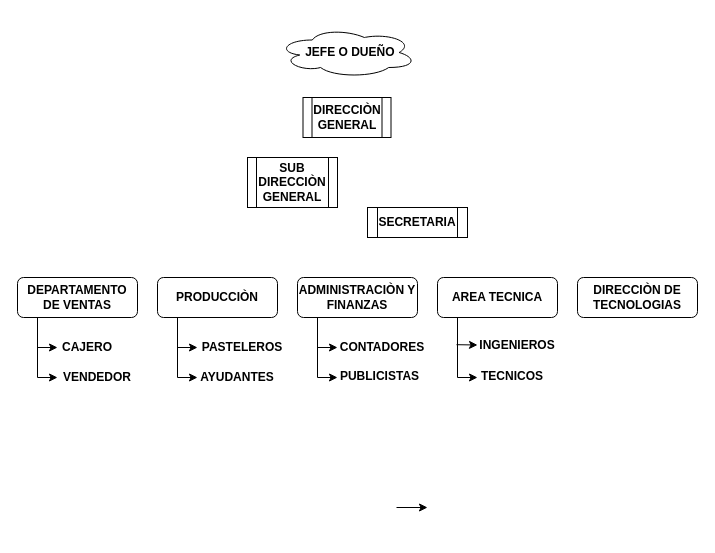
Before: EXPERIENCIAS.drawio in 74498402/Proyecto-Pagina-Web-Diagramas, a draw.io diagram. Source tidied: cells renumbered, new cells numbered last; positions are measured from the earlier drawing's top-left corner, leaving out a move shared by most shapes. Both pictures are drawn from the tidied source at 100%, with x=0, y=0 at pixel (17, 27).
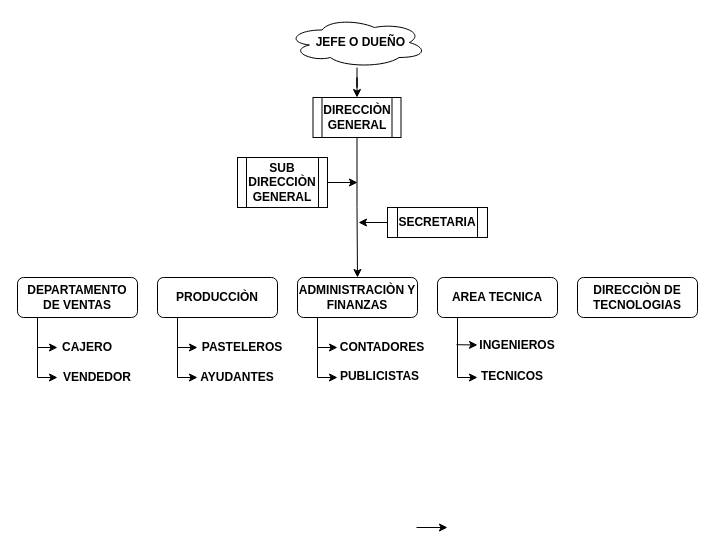
Above is the later version.

Unchanged cells that the change refers to:
```xml
<mxCell id="8" value="&lt;font style=&quot;vertical-align: inherit; font-size: 12px;&quot;&gt;&lt;font style=&quot;vertical-align: inherit; font-size: 12px;&quot;&gt;ADMINISTRACIÒN Y FINANZAS&lt;/font&gt;&lt;/font&gt;" style="rounded=1;whiteSpace=wrap;html=1;fontStyle=1;fontSize=12;" parent="1" vertex="1">
  <mxGeometry x="280" y="250" width="120" height="40" as="geometry" />
</mxCell>
```

Diff of the diagram source:
```diff
@@
+    <mxCell id="28" style="edgeStyle=orthogonalEdgeStyle;rounded=0;jettySize=auto;html=1;exitX=0.5;exitY=1;exitDx=0;exitDy=0;entryX=0.5;entryY=0;entryDx=0;entryDy=0;fontSize=12;" parent="1" edge="1" source="2" target="8">
+      <mxGeometry relative="1" as="geometry" />
+    </mxCell>
     <mxCell id="2" value="&lt;font style=&quot;vertical-align: inherit; font-size: 12px;&quot;&gt;&lt;font style=&quot;vertical-align: inherit; font-size: 12px;&quot;&gt;DIRECCIÒN GENERAL&lt;/font&gt;&lt;/font&gt;" style="shape=process;whiteSpace=wrap;html=1;backgroundOutline=1;fontStyle=1;fontSize=12;" parent="1" vertex="1">
-      <mxGeometry x="285.5" y="70" width="88" height="40" as="geometry" />
+      <mxGeometry x="295.5" y="70" width="88" height="40" as="geometry" />
     </mxCell>
+    <mxCell id="29" style="edgeStyle=orthogonalEdgeStyle;rounded=0;jettySize=auto;html=1;entryX=0.5;entryY=0;entryDx=0;entryDy=0;fontSize=12;" parent="1" edge="1" source="3" target="2">
+      <mxGeometry relative="1" as="geometry" />
+    </mxCell>
     <mxCell id="3" value="&lt;b&gt;&amp;nbsp; JEFE O DUEÑO&lt;/b&gt;" style="ellipse;shape=cloud;whiteSpace=wrap;html=1;" parent="1" vertex="1">
-      <mxGeometry x="260" width="139" height="50" as="geometry" />
+      <mxGeometry x="269.5" y="-10" width="140" height="50" as="geometry" />
     </mxCell>
     <mxCell id="4" value="&lt;font style=&quot;vertical-align: inherit; font-size: 12px;&quot;&gt;&lt;font style=&quot;vertical-align: inherit; font-size: 12px;&quot;&gt;&lt;font style=&quot;vertical-align: inherit; font-size: 12px;&quot;&gt;&lt;font style=&quot;vertical-align: inherit; font-size: 12px;&quot;&gt;SUB DIRECCIÒN GENERAL&lt;/font&gt;&lt;/font&gt;&lt;/font&gt;&lt;/font&gt;" style="shape=process;whiteSpace=wrap;html=1;backgroundOutline=1;fontStyle=1;fontSize=12;" parent="1" vertex="1">
-      <mxGeometry x="230" y="130" width="90" height="50" as="geometry" />
+      <mxGeometry x="220" y="130" width="90" height="50" as="geometry" />
     </mxCell>
     <mxCell id="5" value="&lt;font style=&quot;vertical-align: inherit; font-size: 12px;&quot;&gt;&lt;font style=&quot;vertical-align: inherit; font-size: 12px;&quot;&gt;SECRETARIA&lt;/font&gt;&lt;/font&gt;" style="shape=process;whiteSpace=wrap;html=1;backgroundOutline=1;fontStyle=1;fontSize=12;" parent="1" vertex="1">
-      <mxGeometry x="350" y="180" width="100" height="30" as="geometry" />
+      <mxGeometry x="370" y="180" width="100" height="30" as="geometry" />
     </mxCell>
@@
-    <mxCell id="27" style="endArrow=classic;html=1;rounded=0;fontSize=12;" parent="1" edge="1">
+    <mxCell id="27" style="endArrow=classic;html=1;rounded=0;fontSize=12;exitX=0;exitY=0.5;exitDx=0;exitDy=0;" parent="1" edge="1" source="5">
       <mxGeometry relative="1" as="geometry">
-        <mxPoint x="379" y="480" as="sourcePoint" />
-        <mxPoint x="410" y="480" as="targetPoint" />
+        <mxPoint x="341" y="195" as="targetPoint" />
       </mxGeometry>
     </mxCell>
+    <mxCell id="30" style="endArrow=classic;html=1;rounded=0;fontSize=12;exitX=1;exitY=0.5;exitDx=0;exitDy=0;" parent="1" edge="1" source="4">
+      <mxGeometry relative="1" as="geometry">
+        <mxPoint x="340" y="155" as="targetPoint" />
+      </mxGeometry>
+    </mxCell>
+    <mxCell id="31" style="endArrow=classic;html=1;rounded=0;fontSize=12;" parent="1" edge="1">
+      <mxGeometry relative="1" as="geometry">
+        <mxPoint x="399" y="500" as="sourcePoint" />
+        <mxPoint x="430" y="500" as="targetPoint" />
+      </mxGeometry>
+    </mxCell>
```
